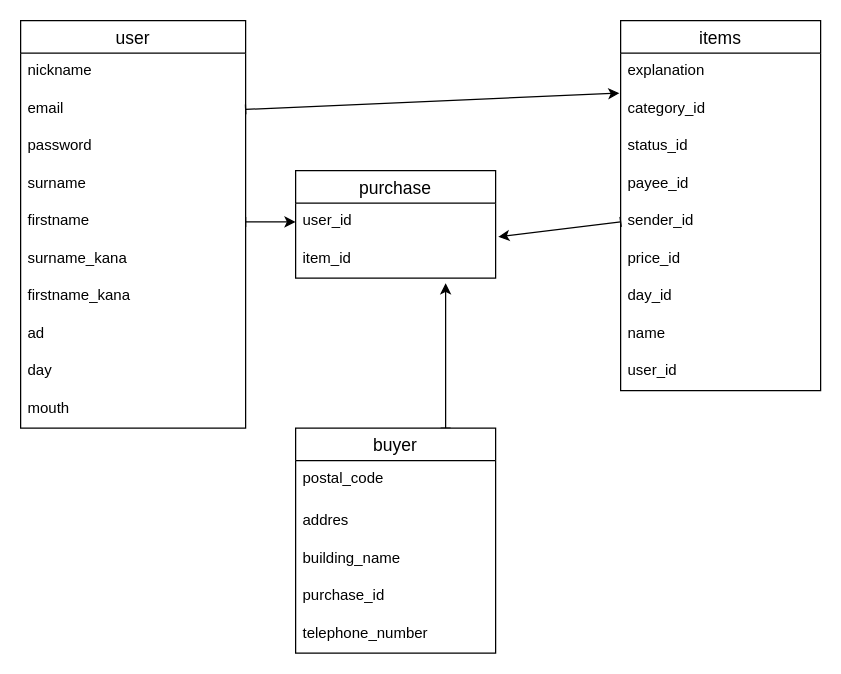
Earlier version of the draw.io diagram test.dio (toto-maru009/furima-38611). Source tidied: cells renumbered, new cells numbered last; positions are measured from the earlier drawing's top-left corner, leaving out a move shared by most shapes. Both pictures are drawn from the tidied source at 125%, with x=0, y=0 at pixel (20, 20).
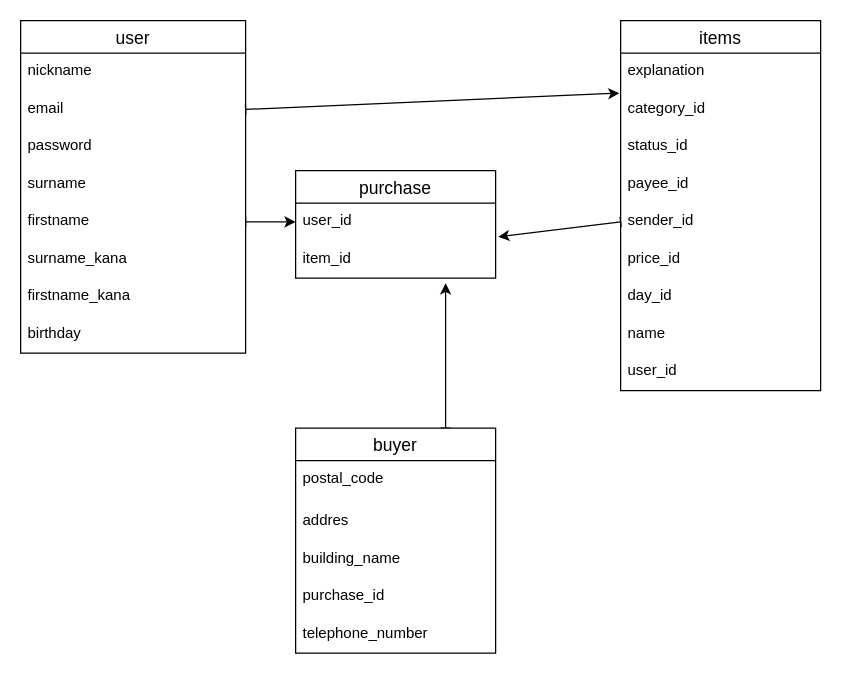
After the change.

Commit message (it also covers changes not shown here):
DB設計の実装3回目

Diff of the diagram source:
```diff
@@
     <mxCell id="2" value="user" style="swimlane;fontStyle=0;horizontal=1;startSize=26;align=center;fontSize=14;" parent="1" vertex="1">
-      <mxGeometry width="180" height="326" as="geometry" />
+      <mxGeometry width="180" height="266" as="geometry" />
     </mxCell>
@@
-    <mxCell id="10" value="ad" style="text;strokeColor=none;fillColor=none;spacingLeft=4;spacingRight=4;overflow=hidden;fontSize=12;" parent="2" vertex="1">
-      <mxGeometry y="236" width="180" height="30" as="geometry" />
-    </mxCell>
-    <mxCell id="11" value="day" style="text;strokeColor=none;fillColor=none;spacingLeft=4;spacingRight=4;overflow=hidden;fontSize=12;" parent="2" vertex="1">
-      <mxGeometry y="266" width="180" height="30" as="geometry" />
-    </mxCell>
-    <mxCell id="12" value="mouth" style="text;strokeColor=none;fillColor=none;spacingLeft=4;spacingRight=4;overflow=hidden;fontSize=12;" parent="2" vertex="1">
-      <mxGeometry y="296" width="180" height="30" as="geometry" />
-    </mxCell>
+    <mxCell id="36" value="birthday" style="text;strokeColor=none;fillColor=none;spacingLeft=4;spacingRight=4;overflow=hidden;fontSize=12;" parent="2" vertex="1">
+      <mxGeometry y="236" width="180" height="30" as="geometry" />
+    </mxCell>
```
